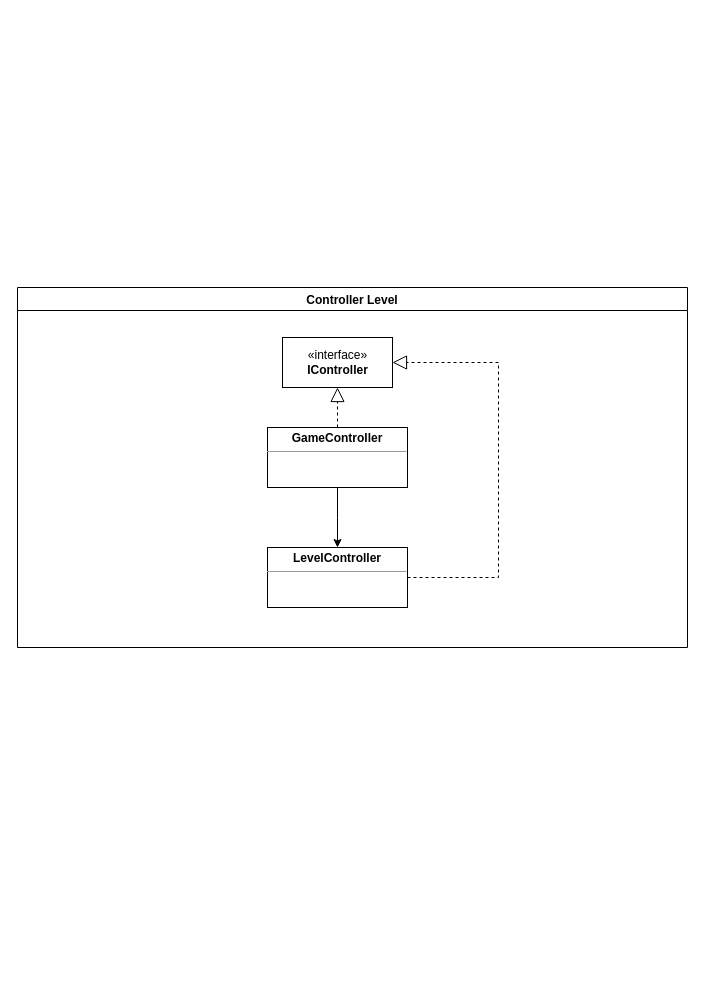
This is UML.drawio from ItsHornUnicorn/LSnakeD, a draw.io file, before an edit. Source tidied: cells renumbered, new cells numbered last; positions are measured from the earlier drawing's top-left corner, leaving out a move shared by most shapes. Both pictures are drawn from the tidied source at 100%, with x=0, y=0 at pixel (17, 287).
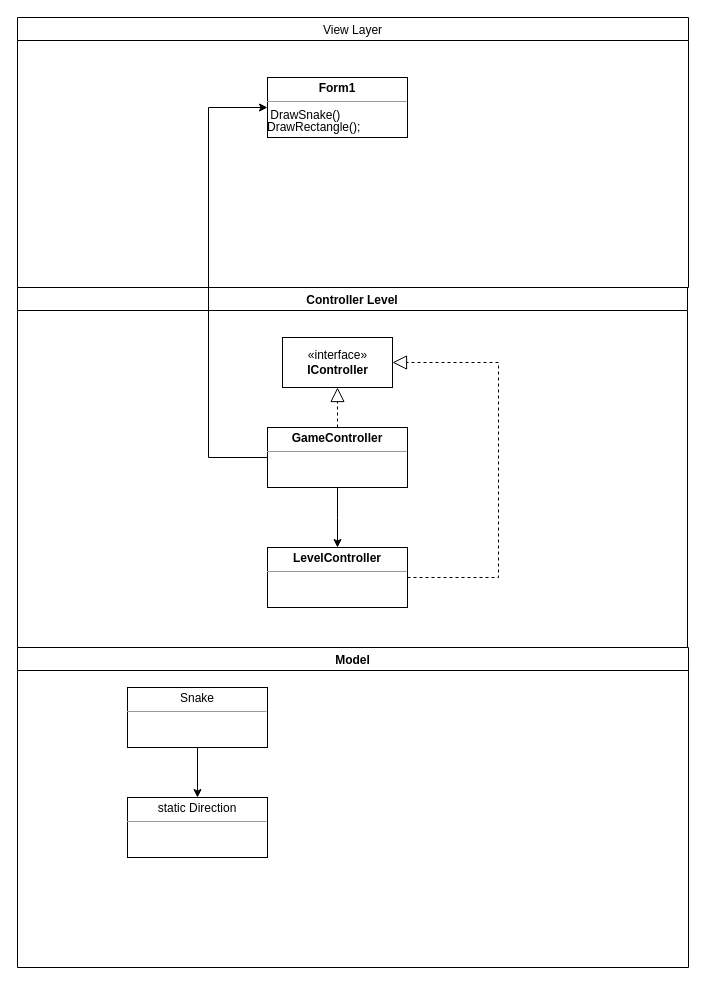
The same diagram, later.

Diff of the diagram source:
```diff
@@
 <mxGraphModel>
   <root>
     <mxCell id="0" />
     <mxCell id="1" parent="0" />
     <mxCell id="2" value="Controller Level" style="swimlane;" parent="1" vertex="1">
       <mxGeometry width="670" height="360" as="geometry" />
     </mxCell>
     <mxCell id="3" style="edgeStyle=elbowEdgeStyle;rounded=0;jettySize=auto;html=1;entryX=0.5;entryY=0;entryDx=0;entryDy=0;" parent="2" edge="1" source="4" target="5">
       <mxGeometry relative="1" as="geometry" />
     </mxCell>
     <mxCell id="4" value="&lt;p style=&quot;margin: 0px ; margin-top: 4px ; text-align: center&quot;&gt;&lt;b&gt;GameController&lt;/b&gt;&lt;/p&gt;&lt;hr size=&quot;1&quot;&gt;&lt;div style=&quot;height: 2px&quot;&gt;&lt;/div&gt;" style="verticalAlign=top;align=left;overflow=fill;fontSize=12;fontFamily=Helvetica;html=1;" parent="2" vertex="1">
       <mxGeometry x="250" y="140" width="140" height="60" as="geometry" />
     </mxCell>
     <mxCell id="5" value="&lt;p style=&quot;margin: 0px ; margin-top: 4px ; text-align: center&quot;&gt;&lt;b&gt;LevelController&lt;/b&gt;&lt;/p&gt;&lt;hr size=&quot;1&quot;&gt;&lt;div style=&quot;height: 2px&quot;&gt;&lt;/div&gt;" style="verticalAlign=top;align=left;overflow=fill;fontSize=12;fontFamily=Helvetica;html=1;" parent="2" vertex="1">
       <mxGeometry x="250" y="260" width="140" height="60" as="geometry" />
     </mxCell>
     <mxCell id="6" value="«interface»&lt;br&gt;&lt;b&gt;IController&lt;/b&gt;" style="html=1;" parent="2" vertex="1">
       <mxGeometry x="265" y="50" width="110" height="50" as="geometry" />
     </mxCell>
     <mxCell id="7" style="endArrow=block;dashed=1;endFill=0;endSize=12;html=1;entryX=0.5;entryY=1;entryDx=0;entryDy=0;" parent="2" edge="1" source="4" target="6">
       <mxGeometry relative="1" as="geometry" />
     </mxCell>
     <mxCell id="8" style="endArrow=block;dashed=1;endFill=0;endSize=12;html=1;exitX=1;exitY=0.5;exitDx=0;exitDy=0;entryX=1;entryY=0.5;entryDx=0;entryDy=0;edgeStyle=elbowEdgeStyle;rounded=0;" parent="2" edge="1" source="5" target="6">
       <mxGeometry relative="1" as="geometry">
         <Array as="points">
           <mxPoint x="481" y="180" />
         </Array>
       </mxGeometry>
     </mxCell>
+    <mxCell id="9" value="Model" style="swimlane;" parent="1" vertex="1">
+      <mxGeometry y="360" width="671" height="320" as="geometry" />
+    </mxCell>
+    <mxCell id="10" value="&lt;p style=&quot;margin: 0px ; margin-top: 4px ; text-align: center&quot;&gt;static Direction&lt;/p&gt;&lt;hr size=&quot;1&quot;&gt;&lt;div style=&quot;height: 2px&quot;&gt;&lt;/div&gt;" style="verticalAlign=top;align=left;overflow=fill;fontSize=12;fontFamily=Helvetica;html=1;" parent="9" vertex="1">
+      <mxGeometry x="110" y="150" width="140" height="60" as="geometry" />
+    </mxCell>
+    <mxCell id="11" style="edgeStyle=orthogonalEdgeStyle;rounded=0;jettySize=auto;html=1;" parent="9" edge="1" source="12" target="10">
+      <mxGeometry relative="1" as="geometry" />
+    </mxCell>
+    <mxCell id="12" value="&lt;p style=&quot;margin: 0px ; margin-top: 4px ; text-align: center&quot;&gt;Snake&lt;/p&gt;&lt;hr size=&quot;1&quot;&gt;&lt;div style=&quot;height: 2px&quot;&gt;&lt;/div&gt;" style="verticalAlign=top;align=left;overflow=fill;fontSize=12;fontFamily=Helvetica;html=1;" parent="9" vertex="1">
+      <mxGeometry x="110" y="40" width="140" height="60" as="geometry" />
+    </mxCell>
+    <mxCell id="13" value="View Layer" style="swimlane;fontStyle=0;" parent="1" vertex="1">
+      <mxGeometry y="-270" width="671" height="270" as="geometry" />
+    </mxCell>
+    <mxCell id="14" value="&lt;p style=&quot;margin: 0px ; margin-top: 4px ; text-align: center&quot;&gt;&lt;b&gt;Form1&lt;/b&gt;&lt;/p&gt;&lt;hr size=&quot;1&quot;&gt;&lt;div style=&quot;height: 2px&quot;&gt;&amp;nbsp;DrawSnake()&lt;/div&gt;&lt;div style=&quot;height: 2px&quot;&gt;&lt;br&gt;&lt;/div&gt;&lt;div style=&quot;height: 2px&quot;&gt;&lt;br&gt;&lt;/div&gt;&lt;div style=&quot;height: 2px&quot;&gt;&lt;br&gt;&lt;/div&gt;&lt;div style=&quot;height: 2px&quot;&gt;&lt;br&gt;&lt;/div&gt;&lt;div style=&quot;height: 2px&quot;&gt;&lt;br&gt;&lt;/div&gt;&lt;div style=&quot;height: 2px&quot;&gt;DrawRectangle();&lt;/div&gt;" style="verticalAlign=top;align=left;overflow=fill;fontSize=12;fontFamily=Helvetica;html=1;" parent="13" vertex="1">
+      <mxGeometry x="250" y="60" width="140" height="60" as="geometry" />
+    </mxCell>
+    <mxCell id="15" style="edgeStyle=orthogonalEdgeStyle;rounded=0;jettySize=auto;html=1;" parent="1" edge="1" source="4" target="14">
+      <mxGeometry relative="1" as="geometry">
+        <Array as="points">
+          <mxPoint x="191" y="170" />
+          <mxPoint x="191" y="-180" />
+        </Array>
+      </mxGeometry>
+    </mxCell>
   </root>
 </mxGraphModel>
```
